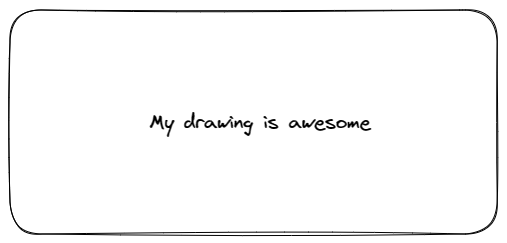
The Excalidraw diagram embedded-scene.png in adrianstevens/GitHubNext, before a commit. Source tidied: one line per element, renumbered; positions are measured from the earlier drawing's top-left corner, leaving out a move shared by most shapes.
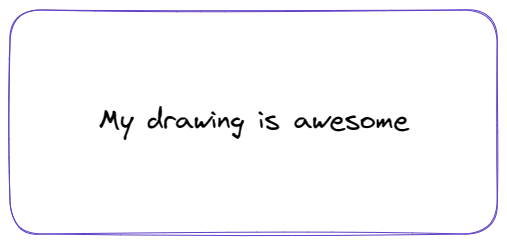
The same diagram one commit later.

What changed in the source:
```diff
@@ -1,2 +1,2 @@
-{"id": 0, "type": "rectangle", "strokeColor": "#000000", "strokeWidth": 1, "roughness": 1, "round": true, "x": 0, "y": 0, "width": 487, "height": 224}
+{"id": 0, "type": "rectangle", "strokeColor": "#5f3dc4", "strokeWidth": 1, "roughness": 1, "round": true, "x": 0, "y": 0, "width": 487, "height": 224}
-{"id": 1, "type": "text", "text": "My drawing is awesome", "strokeColor": "#000000", "strokeWidth": 1, "roughness": 1, "fontSize": 20, "fontFamily": 1, "x": 139, "y": 99, "width": 221, "height": 25}
+{"id": 1, "type": "text", "text": "My drawing is awesome", "strokeColor": "#000000", "strokeWidth": 1, "roughness": 1, "fontSize": 28, "fontFamily": 1, "x": 89, "y": 92, "width": 310, "height": 35}
```
